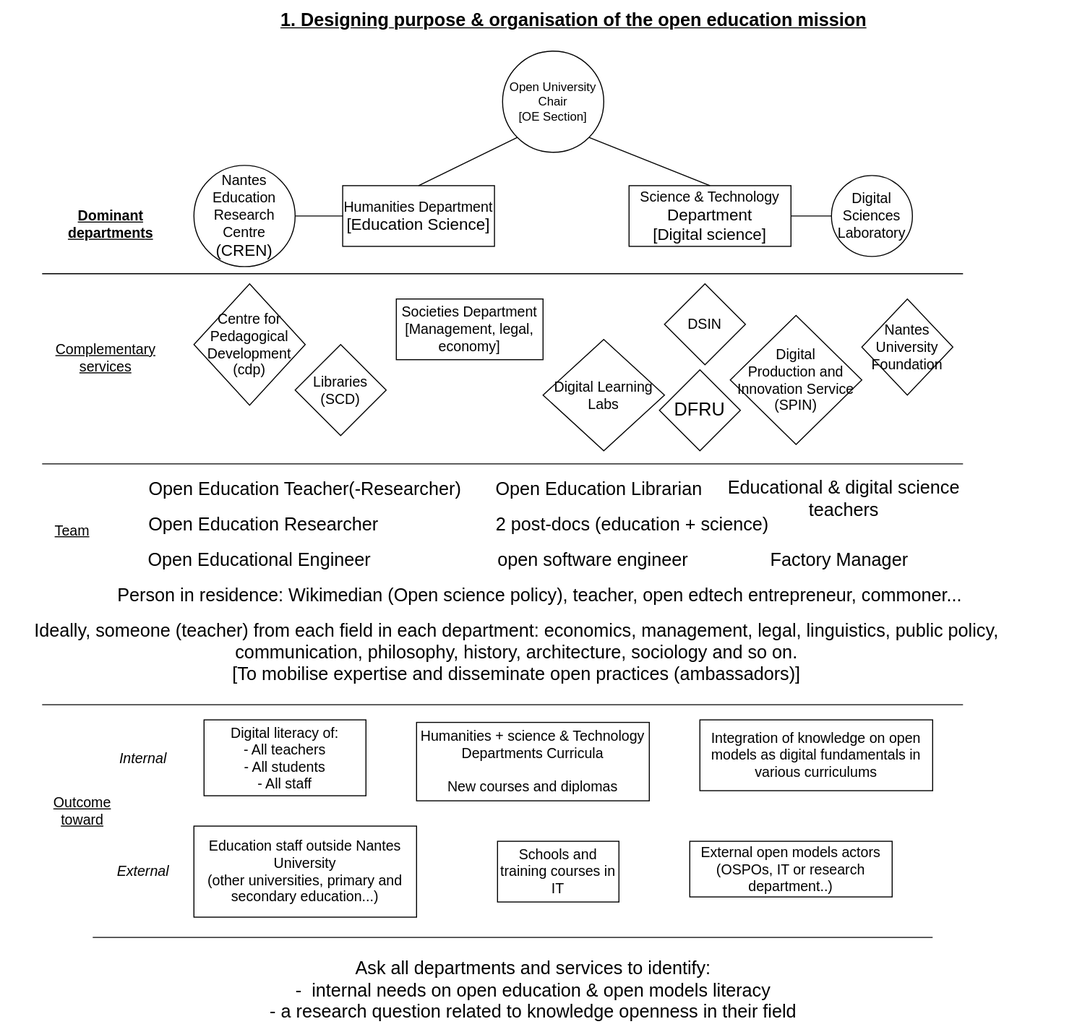
Before: openness-project.svg, a diagram exported from draw.io (AbcSxyZ/open-models-candidacies). Source tidied: cells renumbered, new cells last; positions are measured from the earlier drawing's top-left corner, leaving out a move shared by most shapes.
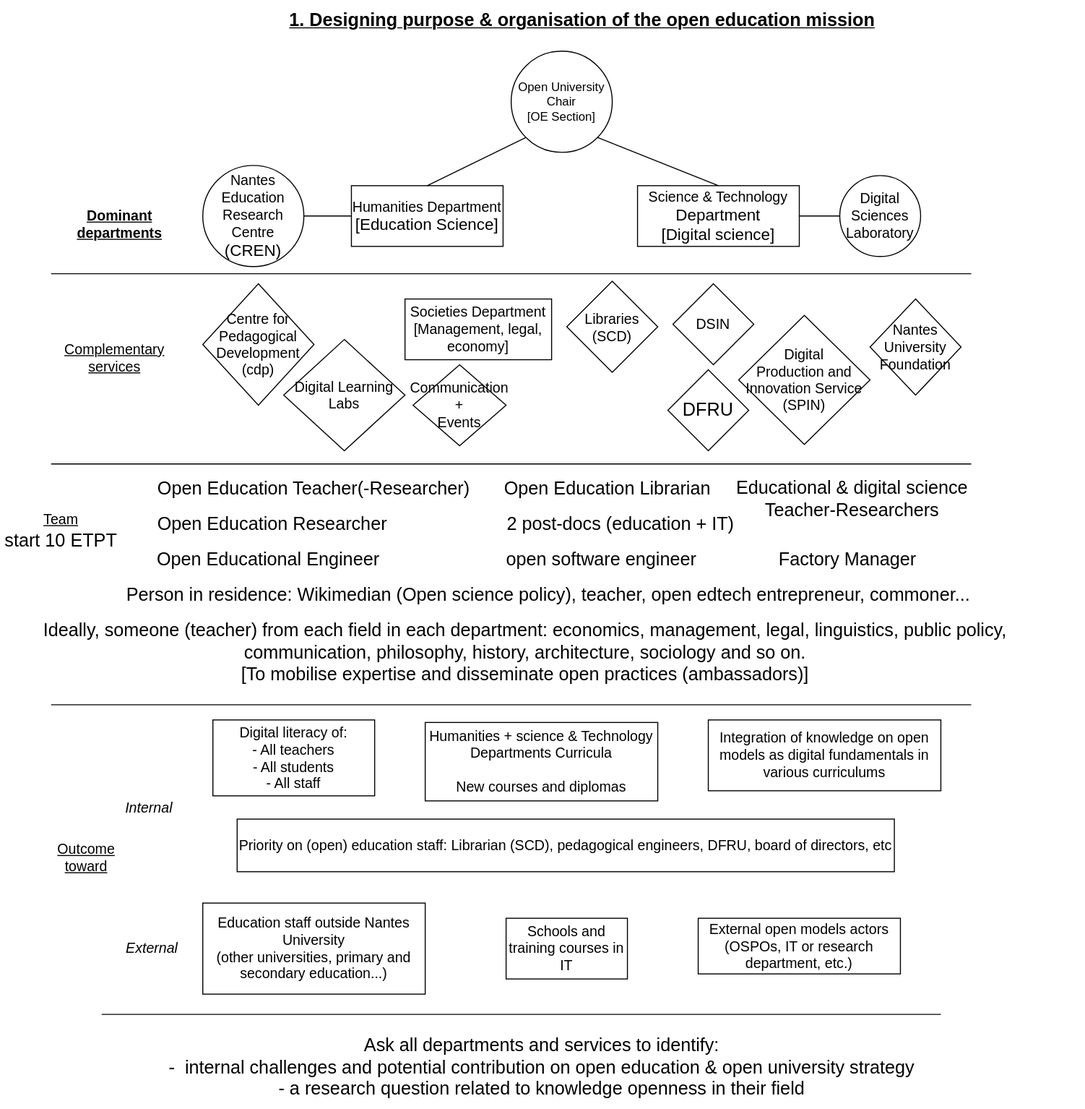
The same diagram one commit later.

The edit, as a diff of the source:
```diff
@@ -45,10 +45,10 @@
       <mxGeometry x="721" y="311.2" width="130" height="127.5" as="geometry" />
     </mxCell>
     <mxCell id="16" value="Libraries&lt;br&gt;(SCD)" style="rhombus;whiteSpace=wrap;html=1;fontSize=14;" parent="1" vertex="1">
-      <mxGeometry x="291" y="340" width="90" height="90" as="geometry" />
+      <mxGeometry x="551" y="277.5" width="90" height="90" as="geometry" />
     </mxCell>
     <mxCell id="17" value="Digital Learning Labs" style="rhombus;whiteSpace=wrap;html=1;fontSize=14;" parent="1" vertex="1">
-      <mxGeometry x="536" y="335" width="120" height="110" as="geometry" />
+      <mxGeometry x="271" y="335" width="120" height="110" as="geometry" />
     </mxCell>
     <mxCell id="18" value="DSIN" style="rhombus;whiteSpace=wrap;html=1;fontSize=14;" parent="1" vertex="1">
       <mxGeometry x="656" y="280" width="80" height="80" as="geometry" />
@@ -66,7 +66,7 @@
       </mxGeometry>
     </mxCell>
     <mxCell id="21" value="&lt;u&gt;Outcome toward&lt;/u&gt;" style="text;html=1;strokeColor=none;fillColor=none;align=center;verticalAlign=middle;whiteSpace=wrap;rounded=0;fontSize=14;" parent="1" vertex="1">
-      <mxGeometry x="51" y="786" width="60" height="30" as="geometry" />
+      <mxGeometry x="46" y="832" width="60" height="30" as="geometry" />
     </mxCell>
     <mxCell id="22" value="Nantes University Foundation" style="rhombus;whiteSpace=wrap;html=1;fontSize=14;" parent="1" vertex="1">
       <mxGeometry x="851" y="295" width="90" height="95" as="geometry" />
@@ -78,22 +78,22 @@
       <mxGeometry x="201" y="711" width="160" height="75" as="geometry" />
     </mxCell>
     <mxCell id="25" value="&lt;div&gt;Education staff outside Nantes University&lt;/div&gt;&lt;div&gt;(other universities, primary and secondary education...)&lt;br&gt;&lt;/div&gt;" style="rounded=0;whiteSpace=wrap;html=1;fontSize=14;" parent="1" vertex="1">
-      <mxGeometry x="191" y="816" width="220" height="90" as="geometry" />
+      <mxGeometry x="191" y="892" width="220" height="90" as="geometry" />
     </mxCell>
     <mxCell id="26" value="Integration of knowledge on open models as digital fundamentals in various curriculums" style="rounded=0;whiteSpace=wrap;html=1;fontSize=14;" parent="1" vertex="1">
       <mxGeometry x="691" y="711" width="230" height="70" as="geometry" />
     </mxCell>
-    <mxCell id="27" value="&lt;div&gt;External open models actors&lt;/div&gt;&lt;div&gt;(OSPOs, IT or research department..)&lt;br&gt;&lt;/div&gt;" style="rounded=0;whiteSpace=wrap;html=1;fontSize=14;" parent="1" vertex="1">
-      <mxGeometry x="681" y="831" width="200" height="55" as="geometry" />
+    <mxCell id="27" value="&lt;div&gt;External open models actors&lt;/div&gt;&lt;div&gt;(OSPOs, IT or research department, etc.)&lt;br&gt;&lt;/div&gt;" style="rounded=0;whiteSpace=wrap;html=1;fontSize=14;" parent="1" vertex="1">
+      <mxGeometry x="681" y="907" width="200" height="55" as="geometry" />
     </mxCell>
     <mxCell id="28" value="Schools and training courses in IT" style="rounded=0;whiteSpace=wrap;html=1;fontSize=14;" parent="1" vertex="1">
-      <mxGeometry x="491" y="831" width="120" height="60" as="geometry" />
+      <mxGeometry x="491" y="907" width="120" height="60" as="geometry" />
     </mxCell>
     <mxCell id="29" value="&lt;i&gt;Internal&lt;/i&gt;" style="text;html=1;strokeColor=none;fillColor=none;align=center;verticalAlign=middle;whiteSpace=wrap;rounded=0;fontSize=14;" parent="1" vertex="1">
-      <mxGeometry x="111" y="733.5" width="60" height="30" as="geometry" />
+      <mxGeometry x="108" y="782.5" width="60" height="30" as="geometry" />
     </mxCell>
     <mxCell id="30" value="&lt;i&gt;External&lt;/i&gt;" style="text;html=1;strokeColor=none;fillColor=none;align=center;verticalAlign=middle;whiteSpace=wrap;rounded=0;fontSize=14;" parent="1" vertex="1">
-      <mxGeometry x="111" y="846" width="60" height="30" as="geometry" />
+      <mxGeometry x="111" y="922" width="60" height="30" as="geometry" />
     </mxCell>
     <mxCell id="31" value="&lt;u&gt;&lt;b&gt;&lt;font style=&quot;font-size: 18px;&quot;&gt;1. Designing purpose &amp;amp; organisation of the open education mission&lt;/font&gt;&lt;/b&gt;&lt;/u&gt;" style="text;html=1;align=center;verticalAlign=middle;strokeColor=none;fillColor=none;fontSize=14;" parent="1" vertex="1">
       <mxGeometry x="276" width="580" height="40" as="geometry" />
@@ -103,12 +103,12 @@
     </mxCell>
     <mxCell id="33" style="endArrow=none;html=1;rounded=0;fontSize=18;" parent="1" edge="1">
       <mxGeometry relative="1" as="geometry">
-        <mxPoint x="91" y="926" as="sourcePoint" />
-        <mxPoint x="921" y="926" as="targetPoint" />
+        <mxPoint x="91" y="1002" as="sourcePoint" />
+        <mxPoint x="921" y="1002" as="targetPoint" />
       </mxGeometry>
     </mxCell>
-    <mxCell id="34" value="&lt;div&gt;Ask all departments and services to identify:&lt;/div&gt;&lt;div&gt;-&amp;nbsp; internal needs on open education &amp;amp; open models literacy&lt;/div&gt;&lt;div&gt;- a research question related to knowledge openness in their field&lt;/div&gt;" style="text;html=1;align=center;verticalAlign=middle;strokeColor=none;fillColor=none;fontSize=18;" parent="1" vertex="1">
-      <mxGeometry x="256" y="939" width="540" height="80" as="geometry" />
+    <mxCell id="34" value="&lt;div&gt;Ask all departments and services to identify:&lt;/div&gt;&lt;div&gt;-&amp;nbsp; internal challenges and potential contribution on open education &amp;amp; open university strategy&lt;br&gt;&lt;/div&gt;&lt;div&gt;- a research question related to knowledge openness in their field&lt;/div&gt;" style="text;html=1;align=center;verticalAlign=middle;strokeColor=none;fillColor=none;fontSize=18;" parent="1" vertex="1">
+      <mxGeometry x="146" y="1015" width="760" height="80" as="geometry" />
     </mxCell>
     <mxCell id="35" style="endArrow=none;html=1;rounded=0;fontSize=18;" parent="1" edge="1">
       <mxGeometry relative="1" as="geometry">
@@ -116,8 +116,8 @@
         <mxPoint x="951" y="458" as="targetPoint" />
       </mxGeometry>
     </mxCell>
-    <mxCell id="36" value="&lt;font style=&quot;font-size: 14px;&quot;&gt;&lt;u&gt;Team&lt;/u&gt;&lt;/font&gt;" style="text;html=1;strokeColor=none;fillColor=none;align=center;verticalAlign=middle;whiteSpace=wrap;rounded=0;fontSize=18;" parent="1" vertex="1">
-      <mxGeometry x="41" y="508" width="60" height="30" as="geometry" />
+    <mxCell id="36" value="&lt;font style=&quot;font-size: 14px;&quot;&gt;&lt;u&gt;Team&lt;/u&gt;&lt;/font&gt;&lt;br&gt;&lt;span class=&quot;BxUVEf ILfuVd&quot; lang=&quot;fr&quot;&gt;&lt;span class=&quot;hgKElc&quot;&gt;start &lt;/span&gt;&lt;/span&gt;10 &lt;span class=&quot;BxUVEf ILfuVd&quot; lang=&quot;fr&quot;&gt;&lt;span class=&quot;hgKElc&quot;&gt;ETPT&lt;br&gt;&lt;/span&gt;&lt;/span&gt;" style="text;html=1;strokeColor=none;fillColor=none;align=center;verticalAlign=middle;whiteSpace=wrap;rounded=0;fontSize=18;" parent="1" vertex="1">
+      <mxGeometry x="-9" y="508" width="120" height="30" as="geometry" />
     </mxCell>
     <mxCell id="37" value="Open Education Researcher" style="text;html=1;strokeColor=none;fillColor=none;align=center;verticalAlign=middle;whiteSpace=wrap;rounded=0;fontSize=18;" parent="1" vertex="1">
       <mxGeometry x="90" y="498" width="340" height="40" as="geometry" />
@@ -131,13 +131,13 @@
     <mxCell id="40" value="Open Education Librarian" style="text;html=1;strokeColor=none;fillColor=none;align=center;verticalAlign=middle;whiteSpace=wrap;rounded=0;fontSize=18;" parent="1" vertex="1">
       <mxGeometry x="479" y="468" width="225" height="30" as="geometry" />
     </mxCell>
-    <mxCell id="41" value="2 post-docs (education + science)" style="text;html=1;align=center;verticalAlign=middle;strokeColor=none;fillColor=none;fontSize=18;" parent="1" vertex="1">
-      <mxGeometry x="479" y="498" width="290" height="40" as="geometry" />
+    <mxCell id="41" value="2 post-docs (education + IT)" style="text;html=1;align=center;verticalAlign=middle;strokeColor=none;fillColor=none;fontSize=18;" parent="1" vertex="1">
+      <mxGeometry x="479" y="498" width="250" height="40" as="geometry" />
     </mxCell>
     <mxCell id="42" value="open software engineer" style="text;html=1;strokeColor=none;fillColor=none;align=center;verticalAlign=middle;whiteSpace=wrap;rounded=0;fontSize=18;" parent="1" vertex="1">
       <mxGeometry x="488" y="538" width="195" height="30" as="geometry" />
     </mxCell>
-    <mxCell id="43" value="Educational &amp;amp; digital science teachers" style="text;html=1;strokeColor=none;fillColor=none;align=center;verticalAlign=middle;whiteSpace=wrap;rounded=0;fontSize=18;" parent="1" vertex="1">
+    <mxCell id="43" value="Educational &amp;amp; digital science Teacher-Researchers" style="text;html=1;strokeColor=none;fillColor=none;align=center;verticalAlign=middle;whiteSpace=wrap;rounded=0;fontSize=18;" parent="1" vertex="1">
       <mxGeometry x="716" y="478" width="235" height="30" as="geometry" />
     </mxCell>
     <mxCell id="44" value="Factory Manager" style="text;html=1;strokeColor=none;fillColor=none;align=center;verticalAlign=middle;whiteSpace=wrap;rounded=0;fontSize=18;" parent="1" vertex="1">
@@ -149,5 +149,11 @@
     <mxCell id="46" value="Person in residence: Wikimedian (Open science policy), teacher, open edtech entrepreneur, commoner... " style="text;html=1;strokeColor=none;fillColor=none;align=center;verticalAlign=middle;whiteSpace=wrap;rounded=0;fontSize=18;" parent="1" vertex="1">
       <mxGeometry x="3" y="573" width="1060" height="30" as="geometry" />
     </mxCell>
+    <mxCell id="47" value="Priority on (open) education staff: Librarian (SCD), pedagogical engineers, DFRU, board of directors, etc" style="rounded=0;whiteSpace=wrap;html=1;fontSize=14;" parent="1" vertex="1">
+      <mxGeometry x="225" y="809" width="650" height="52" as="geometry" />
+    </mxCell>
+    <mxCell id="48" value="&lt;div&gt;Communication&lt;/div&gt;&lt;div&gt;+&lt;/div&gt;&lt;div&gt;Events&lt;br&gt;&lt;/div&gt;" style="rhombus;whiteSpace=wrap;html=1;fontSize=14;" parent="1" vertex="1">
+      <mxGeometry x="399" y="360" width="92" height="80" as="geometry" />
+    </mxCell>
   </root>
 </mxGraphModel>
```
